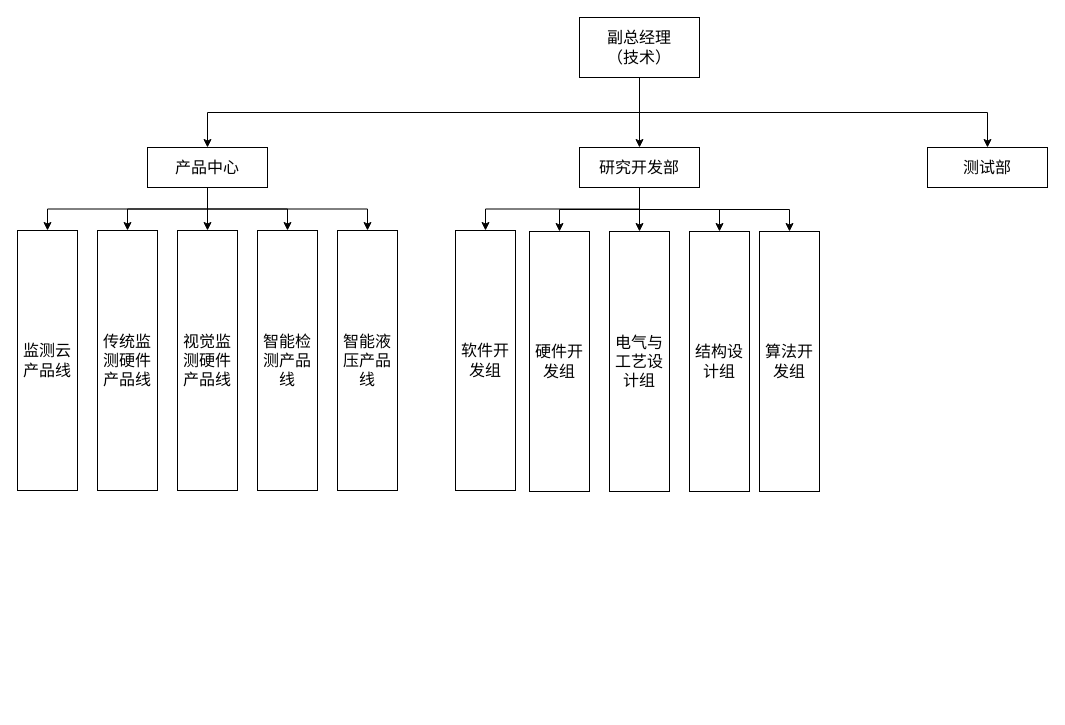
Above: rd_department_arch.drawio in xuhui-toehold/drawings (draw.io), before the change. Source tidied: cells renumbered, new cells numbered last; positions are measured from the earlier drawing's top-left corner, leaving out a move shared by most shapes. Both pictures are drawn from the tidied source at 100%, with x=0, y=0 at pixel (17, 17).
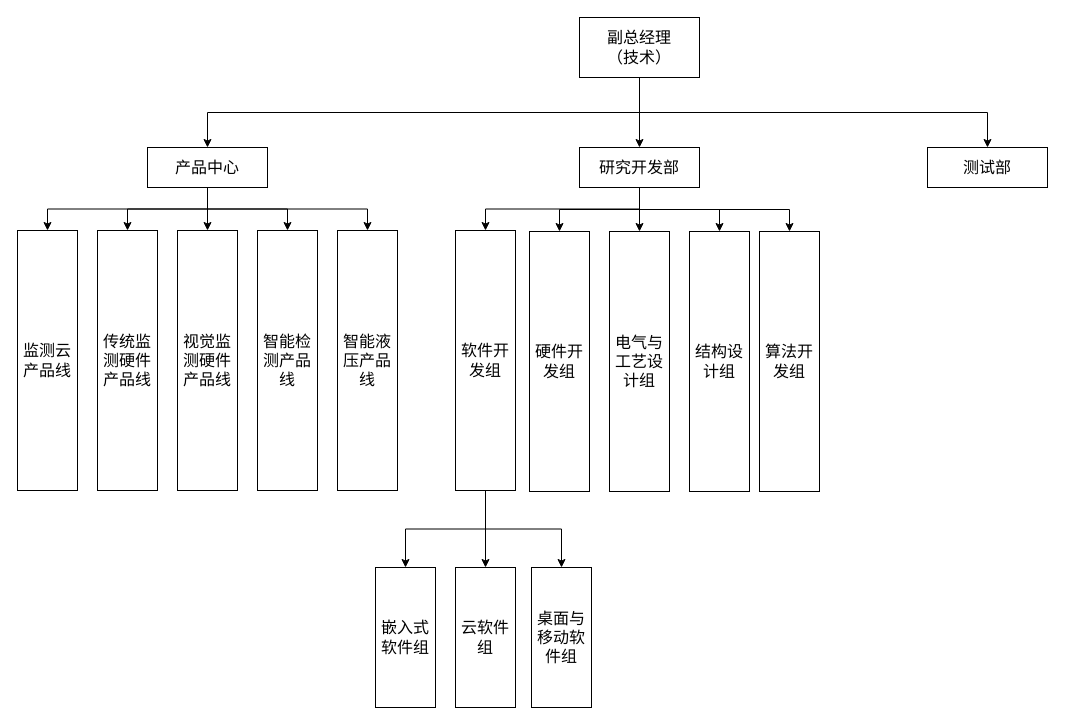
After the change.

Unchanged cells that the change refers to:
```xml
<mxCell id="24" value="软件开发组" style="rounded=0;whiteSpace=wrap;html=1;fontSize=16;" parent="1" vertex="1">
  <mxGeometry x="438" y="213" width="60" height="260" as="geometry" />
</mxCell>
```

The edit, as a diff of the source:
```diff
@@
+    <mxCell id="29" style="edgeStyle=orthogonalEdgeStyle;rounded=0;jettySize=auto;html=1;exitX=0.5;exitY=1;exitDx=0;exitDy=0;entryX=0.5;entryY=0;entryDx=0;entryDy=0;" parent="1" edge="1" source="24" target="33">
+      <mxGeometry relative="1" as="geometry" />
+    </mxCell>
+    <mxCell id="30" style="edgeStyle=orthogonalEdgeStyle;rounded=0;jettySize=auto;html=1;exitX=0.5;exitY=1;exitDx=0;exitDy=0;entryX=0.5;entryY=0;entryDx=0;entryDy=0;" parent="1" edge="1" source="24" target="32">
+      <mxGeometry relative="1" as="geometry" />
+    </mxCell>
+    <mxCell id="31" style="edgeStyle=orthogonalEdgeStyle;rounded=0;jettySize=auto;html=1;exitX=0.5;exitY=1;exitDx=0;exitDy=0;" parent="1" edge="1" source="24" target="34">
+      <mxGeometry relative="1" as="geometry" />
+    </mxCell>
@@
+    <mxCell id="32" value="嵌入式软件组" style="rounded=0;whiteSpace=wrap;html=1;fontSize=16;" parent="1" vertex="1">
+      <mxGeometry x="358" y="550" width="60" height="140" as="geometry" />
+    </mxCell>
+    <mxCell id="33" value="云软件组" style="rounded=0;whiteSpace=wrap;html=1;fontSize=16;" parent="1" vertex="1">
+      <mxGeometry x="438" y="550" width="60" height="140" as="geometry" />
+    </mxCell>
+    <mxCell id="34" value="桌面与移动软件组" style="rounded=0;whiteSpace=wrap;html=1;fontSize=16;" parent="1" vertex="1">
+      <mxGeometry x="514" y="550" width="60" height="140" as="geometry" />
+    </mxCell>
```
